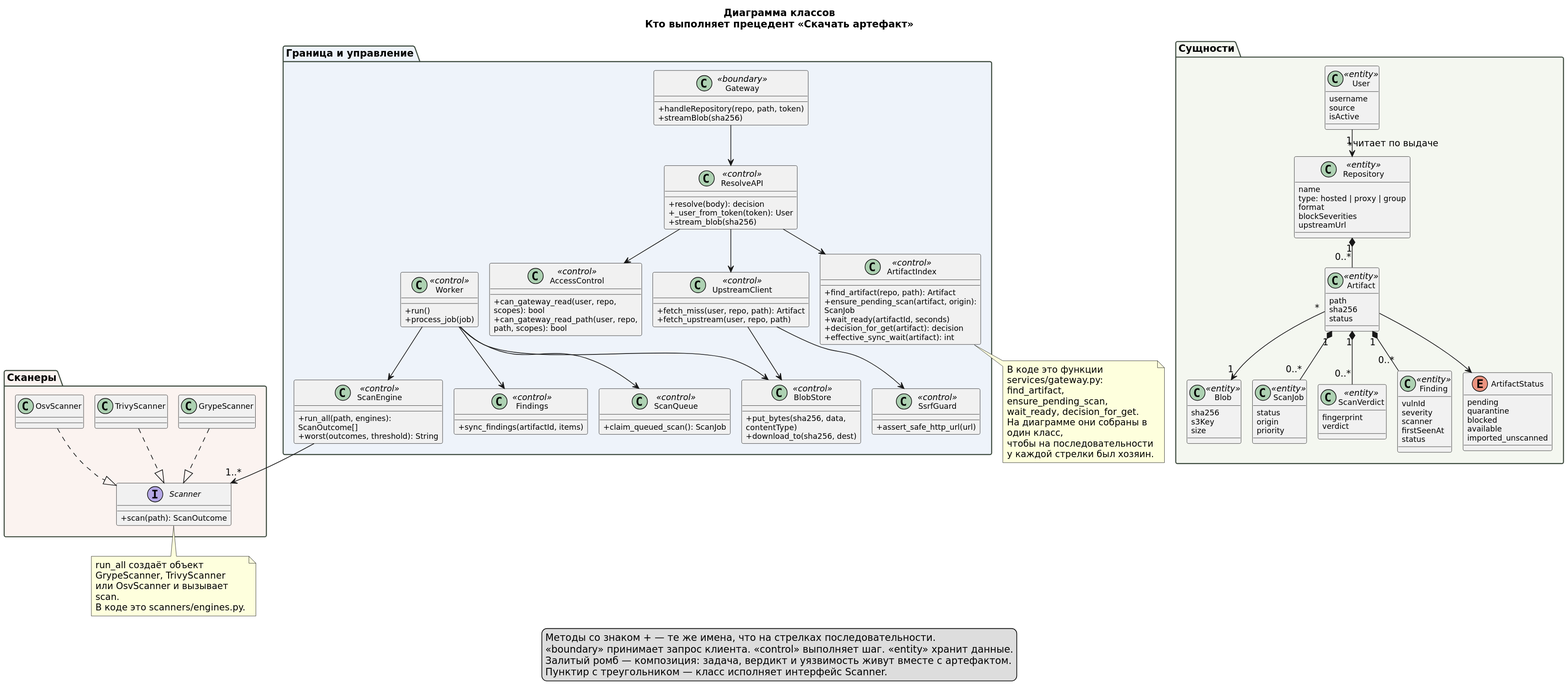
Before: 03-class.svg, a diagram exported from PlantUML (meowsl/seccrate-uml). Its diagram source:
```plantuml
@startuml

skinparam defaultFontName DejaVu Sans
skinparam shadowing false
skinparam dpi 140
skinparam classAttributeIconSize 0
skinparam classFontSize 13
skinparam classAttributeFontSize 11
skinparam wrapWidth 220
skinparam nodesep 16
skinparam ranksep 22

title Диаграмма классов\nКто выполняет прецедент «Скачать артефакт»

skinparam package {
  BackgroundColor #FBFBF8
  BorderColor #3D4A3E
  FontStyle bold
}

package "Граница и управление" #EEF3FA {
  class Gateway <<boundary>> {
    +handleRepository(repo, path, token)
    +streamBlob(sha256)
  }
  class ResolveAPI <<control>> {
    +resolve(body): decision
    +_user_from_token(token): User
    +stream_blob(sha256)
  }
  class AccessControl <<control>> {
    +can_gateway_read(user, repo, scopes): bool
    +can_gateway_read_path(user, repo, path, scopes): bool
  }
  class ArtifactIndex <<control>> {
    +find_artifact(repo, path): Artifact
    +ensure_pending_scan(artifact, origin): ScanJob
    +wait_ready(artifactId, seconds)
    +decision_for_get(artifact): decision
    +effective_sync_wait(artifact): int
  }
  class UpstreamClient <<control>> {
    +fetch_miss(user, repo, path): Artifact
    +fetch_upstream(user, repo, path)
  }
  class SsrfGuard <<control>> {
    +assert_safe_http_url(url)
  }
  class BlobStore <<control>> {
    +put_bytes(sha256, data, contentType)
    +download_to(sha256, dest)
  }
  class Worker <<control>> {
    +run()
    +process_job(job)
  }
  class ScanQueue <<control>> {
    +claim_queued_scan(): ScanJob
  }
  class ScanEngine <<control>> {
    +run_all(path, engines): ScanOutcome[]
    +worst(outcomes, threshold): String
  }
  class Findings <<control>> {
    +sync_findings(artifactId, items)
  }
}

package "Сканеры" #FBF3F0 {
  interface Scanner {
    +scan(path): ScanOutcome
  }
  class GrypeScanner
  class TrivyScanner
  class OsvScanner
}

package "Сущности" #F4F7F0 {
  class User <<entity>> {
    username
    source
    isActive
  }
  class Repository <<entity>> {
    name
    type: hosted | proxy | group
    format
    blockSeverities
    upstreamUrl
  }
  class Artifact <<entity>> {
    path
    sha256
    status
  }
  class Blob <<entity>> {
    sha256
    s3Key
    size
  }
  class ScanJob <<entity>> {
    status
    origin
    priority
  }
  class ScanVerdict <<entity>> {
    fingerprint
    verdict
  }
  class Finding <<entity>> {
    vulnId
    severity
    scanner
    firstSeenAt
    status
  }
  enum ArtifactStatus {
    pending
    quarantine
    blocked
    available
    imported_unscanned
  }
}

Gateway --> ResolveAPI
ResolveAPI --> AccessControl
ResolveAPI --> ArtifactIndex
ResolveAPI --> UpstreamClient
UpstreamClient --> SsrfGuard
UpstreamClient --> BlobStore
Worker --> ScanQueue
Worker --> ScanEngine
Worker --> BlobStore
Worker --> Findings
ScanEngine --> "1..*" Scanner

GrypeScanner ..|> Scanner
TrivyScanner ..|> Scanner
OsvScanner ..|> Scanner

User "1" --> "*" Repository : читает по выдаче

Repository "1" *-- "0..*" Artifact
Artifact "*" --> "1" Blob
Artifact "1" *-- "0..*" ScanJob
Artifact "1" *-- "0..*" ScanVerdict
Artifact "1" *-- "0..*" Finding
Artifact --> ArtifactStatus

note bottom of ArtifactIndex
  В коде это функции
  services/gateway.py:
  find_artifact, ensure_pending_scan,
  wait_ready, decision_for_get.
  На диаграмме они собраны в один класс,
  чтобы на последовательности
  у каждой стрелки был хозяин.
end note

note bottom of Scanner
  run_all создаёт объект
  GrypeScanner, TrivyScanner
  или OsvScanner и вызывает scan.
  В коде это scanners/engines.py.
end note

legend bottom
  Методы со знаком + — те же имена, что на стрелках последовательности.
  <<boundary>> принимает запрос клиента. <<control>> выполняет шаг. <<entity>> хранит данные.
  Залитый ромб — композиция: задача, вердикт и уязвимость живут вместе с артефактом.
  Пунктир с треугольником — класс исполняет интерфейс Scanner.
endlegend
@enduml
```
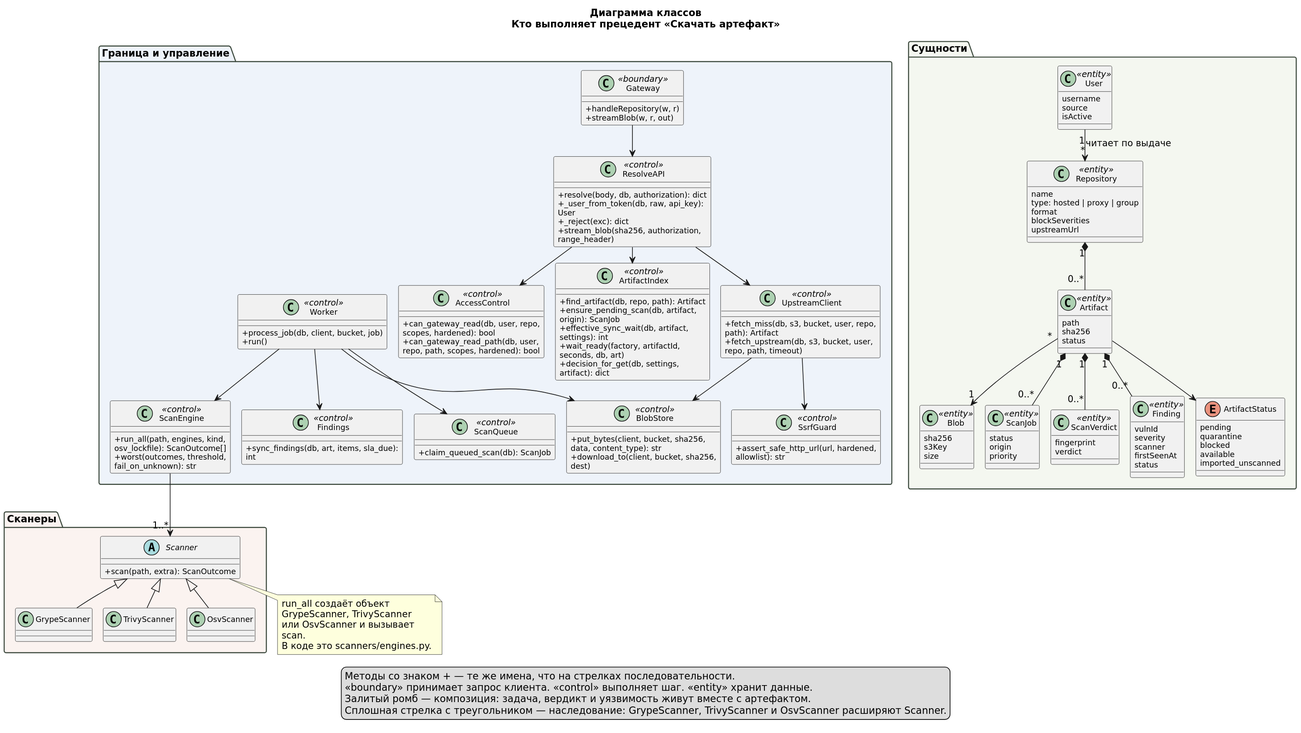
After the change.

Diff of the diagram source:
```diff
@@ -20,55 +20,56 @@
 
 package "Граница и управление" #EEF3FA {
   class Gateway <<boundary>> {
-    +handleRepository(repo, path, token)
-    +streamBlob(sha256)
+    +handleRepository(w, r)
+    +streamBlob(w, r, out)
   }
   class ResolveAPI <<control>> {
-    +resolve(body): decision
-    +_user_from_token(token): User
-    +stream_blob(sha256)
+    +resolve(body, db, authorization): dict
+    +_user_from_token(db, raw, api_key): User
+    +_reject(exc): dict
+    +stream_blob(sha256, authorization, range_header)
   }
   class AccessControl <<control>> {
-    +can_gateway_read(user, repo, scopes): bool
-    +can_gateway_read_path(user, repo, path, scopes): bool
+    +can_gateway_read(db, user, repo, scopes, hardened): bool
+    +can_gateway_read_path(db, user, repo, path, scopes, hardened): bool
   }
   class ArtifactIndex <<control>> {
-    +find_artifact(repo, path): Artifact
-    +ensure_pending_scan(artifact, origin): ScanJob
-    +wait_ready(artifactId, seconds)
-    +decision_for_get(artifact): decision
-    +effective_sync_wait(artifact): int
+    +find_artifact(db, repo, path): Artifact
+    +ensure_pending_scan(db, artifact, origin): ScanJob
+    +effective_sync_wait(db, artifact, settings): int
+    +wait_ready(factory, artifactId, seconds, db, art)
+    +decision_for_get(db, settings, artifact): dict
   }
   class UpstreamClient <<control>> {
-    +fetch_miss(user, repo, path): Artifact
-    +fetch_upstream(user, repo, path)
+    +fetch_miss(db, s3, bucket, user, repo, path): Artifact
+    +fetch_upstream(db, s3, bucket, user, repo, path, timeout)
   }
   class SsrfGuard <<control>> {
-    +assert_safe_http_url(url)
+    +assert_safe_http_url(url, hardened, allowlist): str
   }
   class BlobStore <<control>> {
-    +put_bytes(sha256, data, contentType)
-    +download_to(sha256, dest)
+    +put_bytes(client, bucket, sha256, data, content_type): str
+    +download_to(client, bucket, sha256, dest)
   }
   class Worker <<control>> {
+    +process_job(db, client, bucket, job)
     +run()
-    +process_job(job)
   }
   class ScanQueue <<control>> {
-    +claim_queued_scan(): ScanJob
+    +claim_queued_scan(db): ScanJob
   }
   class ScanEngine <<control>> {
-    +run_all(path, engines): ScanOutcome[]
-    +worst(outcomes, threshold): String
+    +run_all(path, engines, kind, osv_lockfile): ScanOutcome[]
+    +worst(outcomes, threshold, fail_on_unknown): str
   }
   class Findings <<control>> {
-    +sync_findings(artifactId, items)
+    +sync_findings(db, art, items, sla_due): int
   }
 }
 
 package "Сканеры" #FBF3F0 {
-  interface Scanner {
-    +scan(path): ScanOutcome
+  abstract class Scanner {
+    +scan(path, extra): ScanOutcome
   }
   class GrypeScanner
   class TrivyScanner
@@ -135,9 +136,9 @@
 Worker --> Findings
 ScanEngine --> "1..*" Scanner
 
-GrypeScanner ..|> Scanner
-TrivyScanner ..|> Scanner
-OsvScanner ..|> Scanner
+Scanner <|-- GrypeScanner
+Scanner <|-- TrivyScanner
+Scanner <|-- OsvScanner
 
 User "1" --> "*" Repository : читает по выдаче
 
@@ -147,16 +148,6 @@
 Artifact "1" *-- "0..*" ScanVerdict
 Artifact "1" *-- "0..*" Finding
 Artifact --> ArtifactStatus
-
-note bottom of ArtifactIndex
-  В коде это функции
-  services/gateway.py:
-  find_artifact, ensure_pending_scan,
-  wait_ready, decision_for_get.
-  На диаграмме они собраны в один класс,
-  чтобы на последовательности
-  у каждой стрелки был хозяин.
-end note
 
 note bottom of Scanner
   run_all создаёт объект
@@ -169,6 +160,6 @@
   Методы со знаком + — те же имена, что на стрелках последовательности.
   <<boundary>> принимает запрос клиента. <<control>> выполняет шаг. <<entity>> хранит данные.
   Залитый ромб — композиция: задача, вердикт и уязвимость живут вместе с артефактом.
-  Пунктир с треугольником — класс исполняет интерфейс Scanner.
+  Сплошная стрелка с треугольником — наследование: GrypeScanner, TrivyScanner и OsvScanner расширяют Scanner.
 endlegend
 @enduml
```
